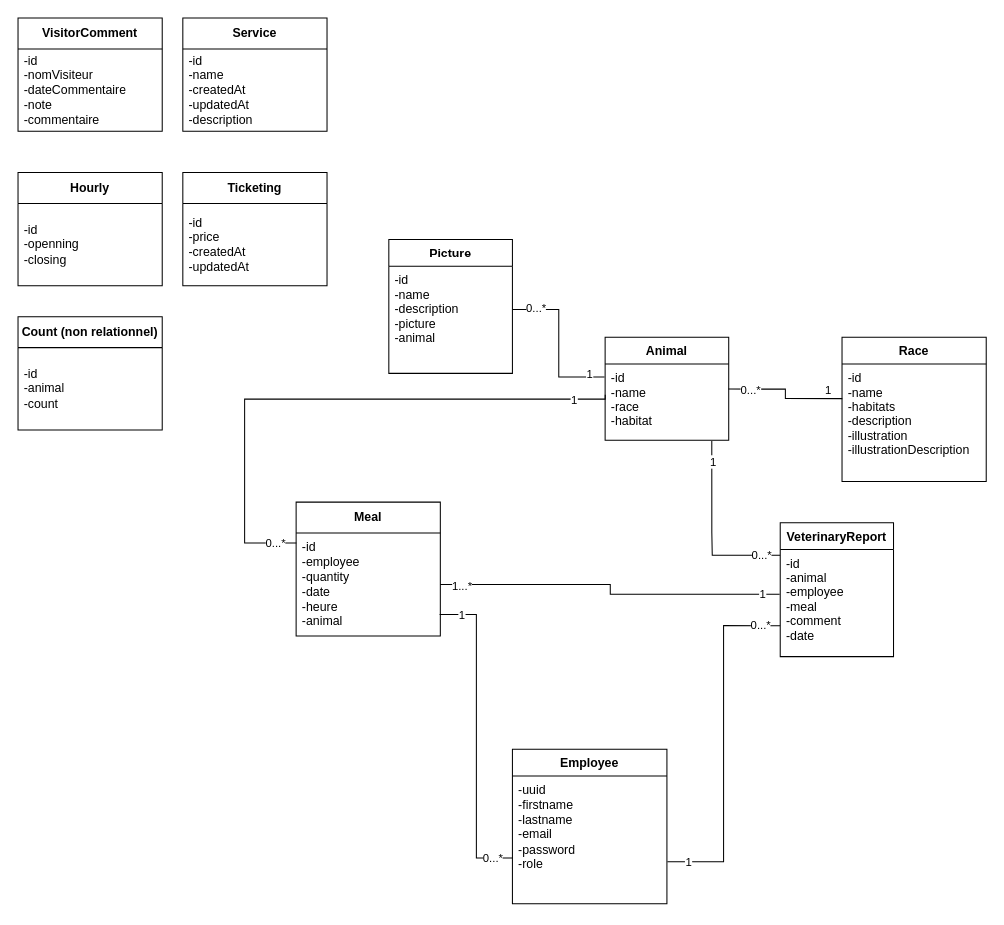
This is ECF - Zoo Arcadia - Diagramme de Classe.drawio from Maxence9113/Zoo-Arcadia, a draw.io file, before an edit. Source tidied: cells renumbered, new cells numbered last; positions are measured from the earlier drawing's top-left corner, leaving out a move shared by most shapes. Both pictures are drawn from the tidied source at 103%, with x=0, y=0 at pixel (18, 18).
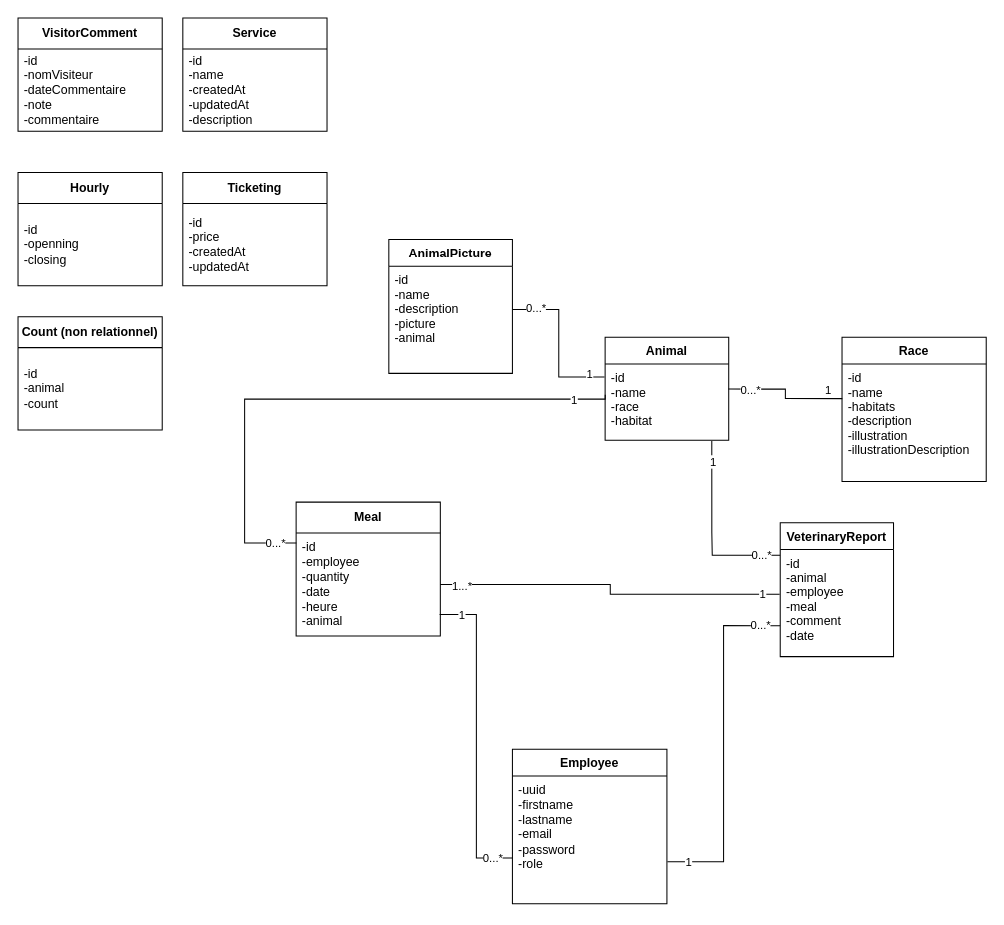
The same page after the edit.

Commit message:
Mettre à jour ECF - Zoo Arcadia - Diagramme de Classe.drawio

What changed in the source:
```diff
@@
-    <mxCell id="13" value="Picture" style="swimlane;fontStyle=1;align=center;verticalAlign=top;horizontal=1;startSize=26;rounded=0;shadow=0;strokeWidth=1;" parent="1" vertex="1">
+    <mxCell id="13" value="AnimalPicture" style="swimlane;fontStyle=1;align=center;verticalAlign=top;horizontal=1;startSize=26;rounded=0;shadow=0;strokeWidth=1;" parent="1" vertex="1">
       <mxGeometry x="360" y="215" width="120" height="130" as="geometry" />
     </mxCell>
```
